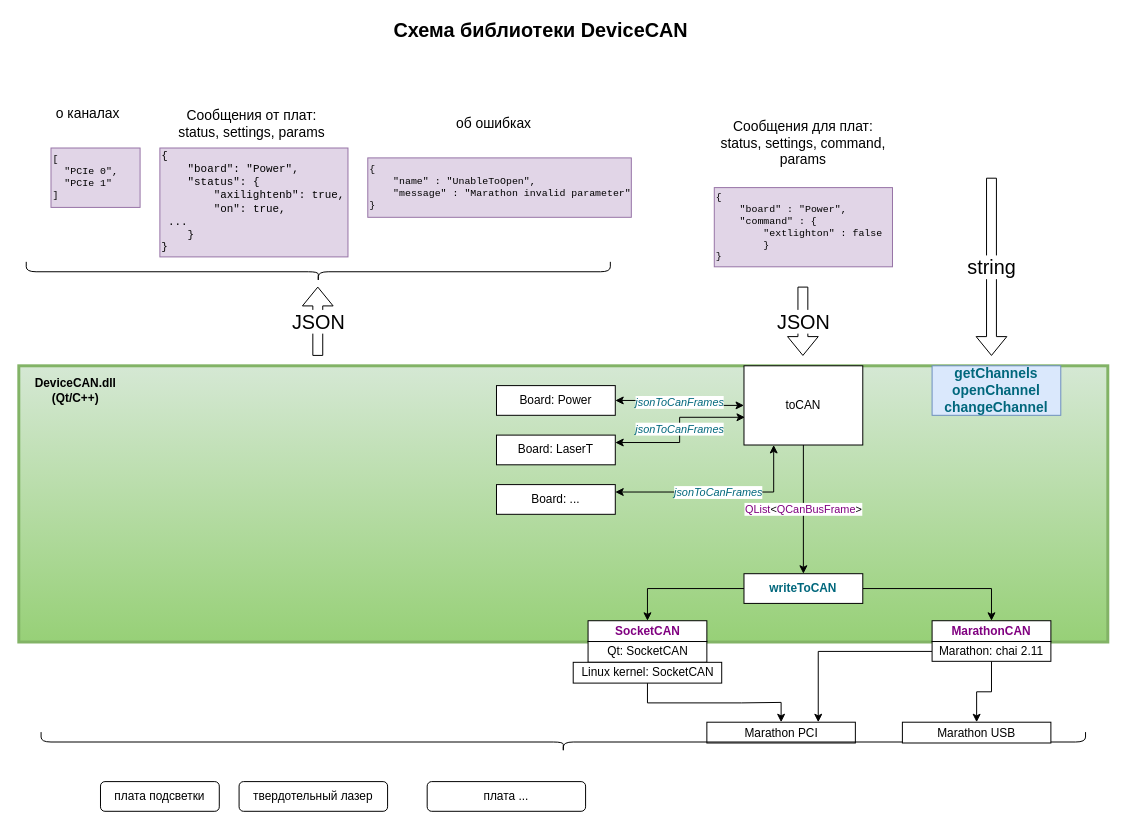
This is LaserSTUDIO2_DeviceCAN.drawio from ponBulat/dia, a draw.io file, before an edit. Source tidied: cells renumbered, new cells numbered last; positions are measured from the earlier drawing's top-left corner, leaving out a move shared by most shapes. Both pictures are drawn from the tidied source at 99%, with x=0, y=0 at pixel (19, -21).
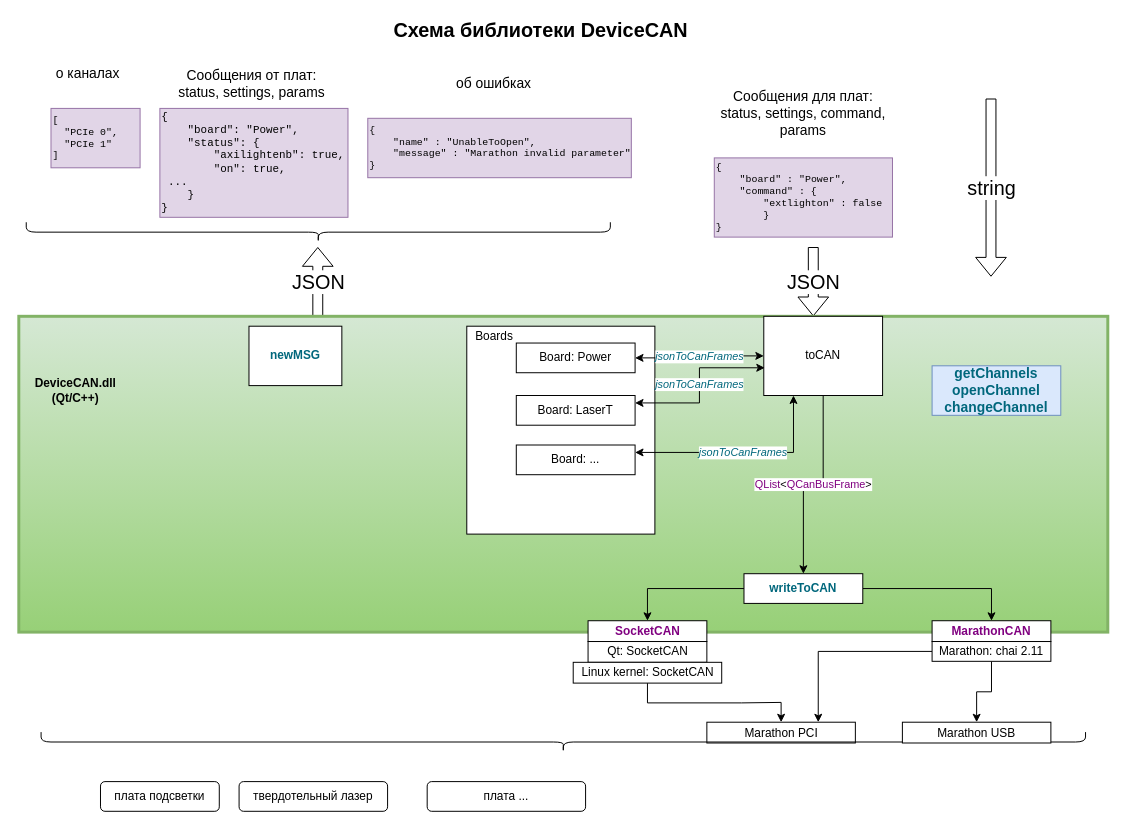
The same diagram, later.

Change to the diagram source:
```diff
@@
     <mxCell id="3" value="JSON" style="shape=flexArrow;endArrow=classic;html=1;fontSize=20;" parent="1" edge="1">
       <mxGeometry relative="1" as="geometry">
-        <mxPoint x="301.5" y="380" as="sourcePoint" />
-        <mxPoint x="301.5" y="310" as="targetPoint" />
+        <mxPoint x="301.5" y="340" as="sourcePoint" />
+        <mxPoint x="301.5" y="270" as="targetPoint" />
       </mxGeometry>
     </mxCell>
     <mxCell id="4" value="&lt;div style=&quot;font-size: 10px&quot; align=&quot;left&quot;&gt;&lt;pre&gt;&lt;font style=&quot;font-size: 10px&quot;&gt;[&lt;br&gt;&lt;/font&gt;&lt;font style=&quot;font-size: 10px&quot;&gt;&lt;span class=&quot;pl-s&quot;&gt;&lt;span class=&quot;pl-pds&quot;&gt;  &quot;&lt;/span&gt;PCIe 0&lt;span class=&quot;pl-pds&quot;&gt;&quot;&lt;/span&gt;&lt;/span&gt;,&lt;/font&gt;&lt;font style=&quot;font-size: 10px&quot;&gt;&lt;br&gt;&lt;font style=&quot;font-size: 10px&quot;&gt;  &lt;span class=&quot;pl-s&quot;&gt;&lt;span class=&quot;pl-pds&quot;&gt;&quot;&lt;/span&gt;PCIe 1&lt;span class=&quot;pl-pds&quot;&gt;&quot;&lt;/span&gt;&lt;/span&gt;&lt;br&gt;]&lt;/font&gt;&lt;/font&gt;&lt;/pre&gt;&lt;/div&gt;" style="text;html=1;strokeColor=#9673a6;fillColor=#e1d5e7;align=left;verticalAlign=middle;whiteSpace=wrap;rounded=0;fontSize=20;" parent="1" vertex="1">
-      <mxGeometry x="32" y="170" width="90" height="60" as="geometry" />
+      <mxGeometry x="32" y="130" width="90" height="60" as="geometry" />
     </mxCell>
     <mxCell id="5" style="shape=curlyBracket;whiteSpace=wrap;html=1;rounded=1;flipH=1;fontSize=20;rotation=90;" parent="1" vertex="1">
-      <mxGeometry x="292" width="20" height="590" as="geometry" />
+      <mxGeometry x="292" y="-40" width="20" height="590" as="geometry" />
     </mxCell>
     <mxCell id="6" value="&lt;font style=&quot;font-size: 14px&quot;&gt;о каналах&lt;/font&gt;" style="text;html=1;strokeColor=none;fillColor=none;align=center;verticalAlign=middle;whiteSpace=wrap;rounded=0;fontSize=14;" parent="1" vertex="1">
-      <mxGeometry x="22" y="110" width="95" height="50" as="geometry" />
+      <mxGeometry x="22" y="70" width="95" height="50" as="geometry" />
     </mxCell>
     <mxCell id="7" value="&lt;pre style=&quot;font-size: 11px&quot;&gt;&lt;font style=&quot;font-size: 11px&quot;&gt;{&lt;br&gt;    &lt;span class=&quot;pl-s&quot;&gt;&lt;span class=&quot;pl-pds&quot;&gt;&quot;&lt;/span&gt;board&lt;span class=&quot;pl-pds&quot;&gt;&quot;&lt;/span&gt;&lt;/span&gt;: &lt;span class=&quot;pl-s&quot;&gt;&lt;span class=&quot;pl-pds&quot;&gt;&quot;&lt;/span&gt;Power&lt;span class=&quot;pl-pds&quot;&gt;&quot;&lt;/span&gt;&lt;/span&gt;,&lt;br&gt;    &lt;span class=&quot;pl-s&quot;&gt;&lt;span class=&quot;pl-pds&quot;&gt;&quot;&lt;/span&gt;status&lt;span class=&quot;pl-pds&quot;&gt;&quot;&lt;/span&gt;&lt;/span&gt;: {&lt;br&gt;        &lt;span class=&quot;pl-s&quot;&gt;&lt;span class=&quot;pl-pds&quot;&gt;&quot;&lt;/span&gt;axilightenb&lt;span class=&quot;pl-pds&quot;&gt;&quot;&lt;/span&gt;&lt;/span&gt;: &lt;span class=&quot;pl-c1&quot;&gt;true&lt;/span&gt;,&lt;br&gt;        &lt;span class=&quot;pl-s&quot;&gt;&lt;span class=&quot;pl-pds&quot;&gt;&quot;&lt;/span&gt;on&lt;span class=&quot;pl-pds&quot;&gt;&quot;&lt;/span&gt;&lt;/span&gt;: &lt;span class=&quot;pl-c1&quot;&gt;true&lt;/span&gt;,&lt;br&gt;&lt;span class=&quot;pl-c1&quot;&gt;&lt;/span&gt;&lt;span style=&quot;white-space: pre&quot;&gt; &lt;/span&gt;...&lt;br&gt;    }&lt;br&gt;}&lt;/font&gt;&lt;/pre&gt;" style="text;html=1;strokeColor=#9673a6;fillColor=#e1d5e7;align=left;verticalAlign=middle;whiteSpace=wrap;rounded=0;fontSize=20;" parent="1" vertex="1">
-      <mxGeometry x="142" y="170" width="190" height="110" as="geometry" />
+      <mxGeometry x="142" y="130" width="190" height="110" as="geometry" />
     </mxCell>
     <mxCell id="8" value="Сообщения от плат:&lt;br&gt;status, settings, params" style="text;html=1;strokeColor=none;fillColor=none;align=center;verticalAlign=middle;whiteSpace=wrap;rounded=0;fontSize=14;" parent="1" vertex="1">
-      <mxGeometry x="142" y="120" width="186.2" height="50" as="geometry" />
+      <mxGeometry x="142" y="80" width="186.2" height="50" as="geometry" />
     </mxCell>
     <mxCell id="9" value="&lt;div style=&quot;font-size: 10px&quot; align=&quot;left&quot;&gt;&lt;pre&gt;&lt;font style=&quot;font-size: 10px&quot;&gt;{&lt;br&gt;    &lt;span class=&quot;pl-s&quot;&gt;&lt;span class=&quot;pl-pds&quot;&gt;&quot;&lt;/span&gt;name&lt;span class=&quot;pl-pds&quot;&gt;&quot;&lt;/span&gt;&lt;/span&gt; : &lt;span class=&quot;pl-s&quot;&gt;&lt;span class=&quot;pl-pds&quot;&gt;&quot;&lt;/span&gt;UnableToOpen&lt;span class=&quot;pl-pds&quot;&gt;&quot;&lt;/span&gt;&lt;/span&gt;,&lt;br&gt;    &lt;span class=&quot;pl-s&quot;&gt;&lt;span class=&quot;pl-pds&quot;&gt;&quot;&lt;/span&gt;message&lt;span class=&quot;pl-pds&quot;&gt;&quot;&lt;/span&gt;&lt;/span&gt; : &lt;span class=&quot;pl-s&quot;&gt;&lt;span class=&quot;pl-pds&quot;&gt;&quot;&lt;/span&gt;Marathon invalid parameter&lt;span class=&quot;pl-pds&quot;&gt;&quot;&lt;/span&gt;&lt;/span&gt;    &lt;br&gt;}&lt;/font&gt;&lt;/pre&gt;&lt;/div&gt;" style="text;html=1;strokeColor=#9673a6;fillColor=#e1d5e7;align=left;verticalAlign=middle;whiteSpace=wrap;rounded=0;fontSize=20;" parent="1" vertex="1">
-      <mxGeometry x="352" y="180" width="266.2" height="60" as="geometry" />
+      <mxGeometry x="352" y="140" width="266.2" height="60" as="geometry" />
     </mxCell>
     <mxCell id="10" value="об ошибках" style="text;html=1;strokeColor=none;fillColor=none;align=center;verticalAlign=middle;whiteSpace=wrap;rounded=0;fontSize=14;" parent="1" vertex="1">
-      <mxGeometry x="432" y="120" width="95" height="50" as="geometry" />
+      <mxGeometry x="432" y="80" width="95" height="50" as="geometry" />
     </mxCell>
     <mxCell id="11" value="JSON" style="shape=flexArrow;endArrow=classic;html=1;fontSize=20;" parent="1" edge="1">
       <mxGeometry relative="1" as="geometry">
-        <mxPoint x="791.5" y="310" as="sourcePoint" />
-        <mxPoint x="791.5" y="380" as="targetPoint" />
+        <mxPoint x="802" y="270" as="sourcePoint" />
+        <mxPoint x="802" y="340" as="targetPoint" />
       </mxGeometry>
     </mxCell>
     <mxCell id="12" value="&lt;pre style=&quot;font-size: 10px&quot;&gt;&lt;font style=&quot;font-size: 10px&quot;&gt;{&lt;br&gt;    &lt;span class=&quot;pl-s&quot;&gt;&lt;span class=&quot;pl-pds&quot;&gt;&quot;&lt;/span&gt;board&lt;span class=&quot;pl-pds&quot;&gt;&quot;&lt;/span&gt;&lt;/span&gt; : &lt;span class=&quot;pl-s&quot;&gt;&lt;span class=&quot;pl-pds&quot;&gt;&quot;&lt;/span&gt;Power&lt;span class=&quot;pl-pds&quot;&gt;&quot;&lt;/span&gt;&lt;/span&gt;,&lt;br&gt;    &lt;span class=&quot;pl-s&quot;&gt;&lt;span class=&quot;pl-pds&quot;&gt;&quot;&lt;/span&gt;command&lt;span class=&quot;pl-pds&quot;&gt;&quot;&lt;/span&gt;&lt;/span&gt; : {&lt;br&gt;        &lt;span class=&quot;pl-s&quot;&gt;&lt;span class=&quot;pl-pds&quot;&gt;&quot;&lt;/span&gt;extlighton&lt;span class=&quot;pl-pds&quot;&gt;&quot;&lt;/span&gt;&lt;/span&gt; : &lt;span class=&quot;pl-c1&quot;&gt;false&lt;/span&gt;&lt;br&gt;        }&lt;br&gt;}&lt;/font&gt;&lt;/pre&gt;" style="text;html=1;strokeColor=#9673a6;fillColor=#e1d5e7;align=left;verticalAlign=middle;whiteSpace=wrap;rounded=0;fontSize=20;" parent="1" vertex="1">
-      <mxGeometry x="702" y="210" width="180" height="80" as="geometry" />
+      <mxGeometry x="702" y="180" width="180" height="80" as="geometry" />
     </mxCell>
     <mxCell id="13" value="Сообщения для плат:&lt;br&gt;status, settings, command, params" style="text;html=1;strokeColor=none;fillColor=none;align=center;verticalAlign=middle;whiteSpace=wrap;rounded=0;fontSize=14;" parent="1" vertex="1">
-      <mxGeometry x="698.9" y="140" width="186.2" height="50" as="geometry" />
+      <mxGeometry x="698.9" y="110" width="186.2" height="50" as="geometry" />
     </mxCell>
     <mxCell id="14" value="string" style="shape=flexArrow;endArrow=classic;html=1;fontSize=20;" parent="1" edge="1">
       <mxGeometry relative="1" as="geometry">
-        <mxPoint x="982" y="200" as="sourcePoint" />
-        <mxPoint x="982" y="380" as="targetPoint" />
+        <mxPoint x="981.5" y="120" as="sourcePoint" />
+        <mxPoint x="981.5" y="300" as="targetPoint" />
       </mxGeometry>
     </mxCell>
     <mxCell id="15" value="&lt;b&gt;&lt;br&gt;&lt;/b&gt;" style="rounded=0;whiteSpace=wrap;html=1;fontSize=14;fillColor=#d5e8d4;strokeColor=#82b366;gradientColor=#97d077;strokeWidth=3;" parent="1" vertex="1">
-      <mxGeometry x="-0.5" y="390" width="1100" height="279" as="geometry" />
+      <mxGeometry x="-0.5" y="340" width="1100" height="319" as="geometry" />
     </mxCell>
@@
-    <mxCell id="19" value="&lt;span style=&quot;font-style: italic ; color: #00677c&quot;&gt;jsonToCanFrames&lt;/span&gt;" style="edgeStyle=orthogonalEdgeStyle;rounded=0;jettySize=auto;html=1;entryX=1;entryY=0.5;entryDx=0;entryDy=0;startArrow=classic;startFill=1;" parent="1" edge="1" source="20" target="38">
-      <mxGeometry relative="1" as="geometry" />
-    </mxCell>
     <mxCell id="20" value="toCAN" style="rounded=0;whiteSpace=wrap;html=1;" parent="1" vertex="1">
-      <mxGeometry x="732" y="390" width="120" height="80" as="geometry" />
+      <mxGeometry x="752" y="340" width="120" height="80" as="geometry" />
     </mxCell>
@@
+    <mxCell id="43" value="&lt;span style=&quot;font-weight: 600 ; color: #00677c&quot;&gt;newMSG&lt;/span&gt;" style="rounded=0;whiteSpace=wrap;html=1;" parent="1" vertex="1">
+      <mxGeometry x="232" y="350" width="93.8" height="60" as="geometry" />
+    </mxCell>
+    <mxCell id="44" style="rounded=0;whiteSpace=wrap;html=1;" parent="1" vertex="1">
+      <mxGeometry x="452" y="350" width="190" height="210" as="geometry" />
+    </mxCell>
     <mxCell id="38" value="Board: Power" style="rounded=0;whiteSpace=wrap;html=1;" parent="1" vertex="1">
-      <mxGeometry x="482" y="410" width="120" height="30" as="geometry" />
+      <mxGeometry x="502" y="367" width="120" height="30" as="geometry" />
     </mxCell>
     <mxCell id="39" value="Board: LaserT" style="rounded=0;whiteSpace=wrap;html=1;" parent="1" vertex="1">
-      <mxGeometry x="482" y="460" width="120" height="30" as="geometry" />
+      <mxGeometry x="502" y="420" width="120" height="30" as="geometry" />
     </mxCell>
     <mxCell id="40" value="Board: ..." style="rounded=0;whiteSpace=wrap;html=1;" parent="1" vertex="1">
-      <mxGeometry x="482" y="510" width="120" height="30" as="geometry" />
+      <mxGeometry x="502" y="470" width="120" height="30" as="geometry" />
     </mxCell>
+    <mxCell id="19" value="&lt;span style=&quot;font-style: italic ; color: #00677c&quot;&gt;jsonToCanFrames&lt;/span&gt;" style="edgeStyle=orthogonalEdgeStyle;rounded=0;jettySize=auto;html=1;entryX=1;entryY=0.5;entryDx=0;entryDy=0;startArrow=classic;startFill=1;" parent="1" edge="1" source="20" target="38">
+      <mxGeometry relative="1" as="geometry" />
+    </mxCell>
@@
+    <mxCell id="45" value="Boards" style="text;html=1;strokeColor=none;fillColor=none;align=center;verticalAlign=middle;whiteSpace=wrap;rounded=0;" parent="1" vertex="1">
+      <mxGeometry x="459.5" y="350" width="40" height="20" as="geometry" />
+    </mxCell>
```
